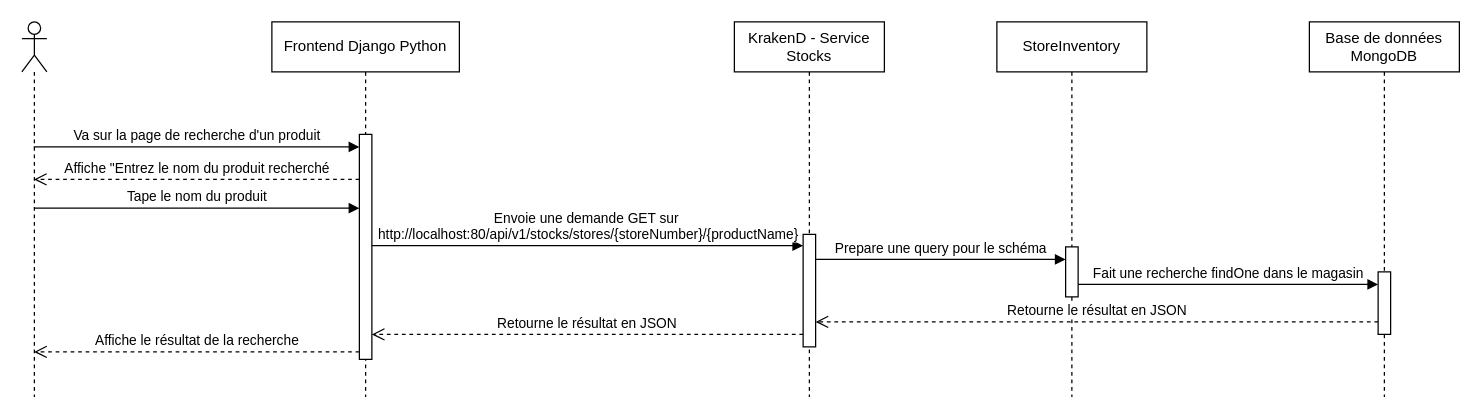
PraMaks/LOG430_Labo_0 keeps this draw.io diagram as docs/UML/Vues_de_processus/diag_rechercher_produit.drawio. Above is the earlier version. Source tidied: cells renumbered, new cells numbered last; positions are measured from the earlier drawing's top-left corner, leaving out a move shared by most shapes. Both pictures are drawn from the tidied source at 125%, with x=0, y=0 at pixel (21, 21).
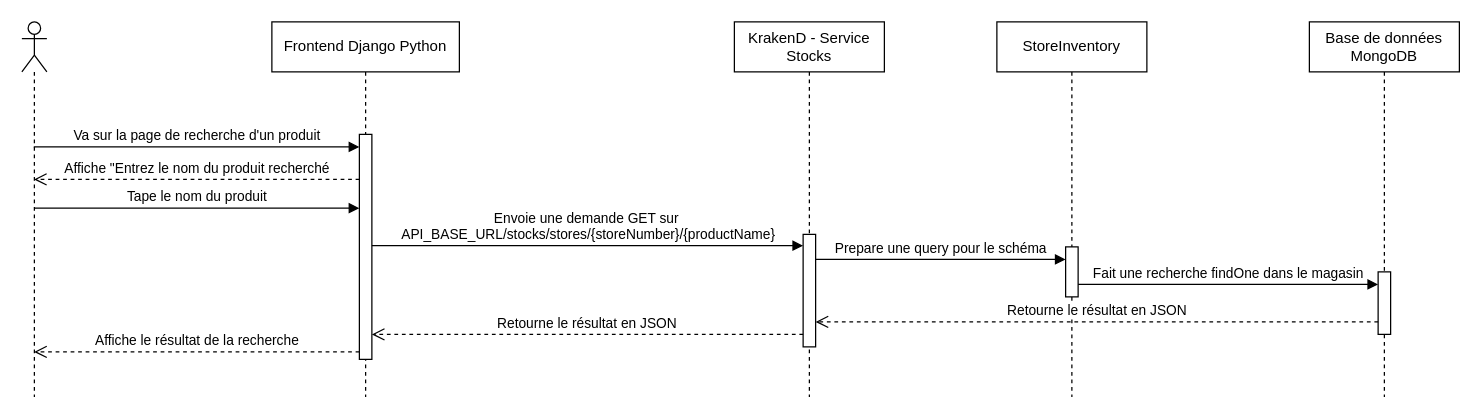
The same diagram, later.

Change to the diagram source:
```diff
@@
-    <mxCell id="14" value="Envoie une demande GET sur&amp;nbsp;&lt;div&gt;http://localhost:80/api/v1/stocks/stores/{storeNumber}/{productName}&lt;/div&gt;" style="html=1;verticalAlign=bottom;endArrow=block;edgeStyle=elbowEdgeStyle;elbow=vertical;curved=0;rounded=0;" parent="1" edge="1">
+    <mxCell id="14" value="Envoie une demande GET sur&amp;nbsp;&lt;div&gt;API_BASE_URL/stocks/stores/{storeNumber}/{productName}&lt;/div&gt;" style="html=1;verticalAlign=bottom;endArrow=block;edgeStyle=elbowEdgeStyle;elbow=vertical;curved=0;rounded=0;" parent="1" edge="1">
       <mxGeometry relative="1" as="geometry">
         <mxPoint x="280" y="179" as="sourcePoint" />
         <mxPoint x="625" y="179" as="targetPoint" />
         <Array as="points">
           <mxPoint x="385.5" y="179" />
         </Array>
       </mxGeometry>
     </mxCell>
```
